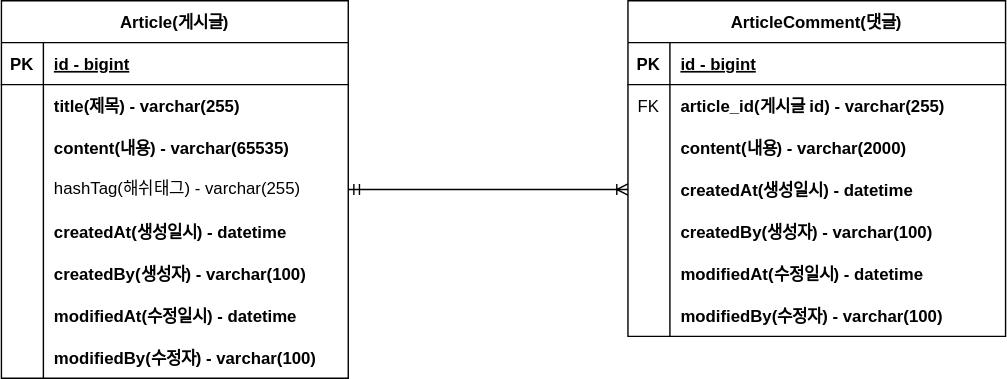
This is project-board.svg from mjh9401/project-board, a draw.io export, as it was before one commit. Source tidied: cells renumbered, new cells last; positions are measured from the earlier drawing's top-left corner, leaving out a move shared by most shapes.
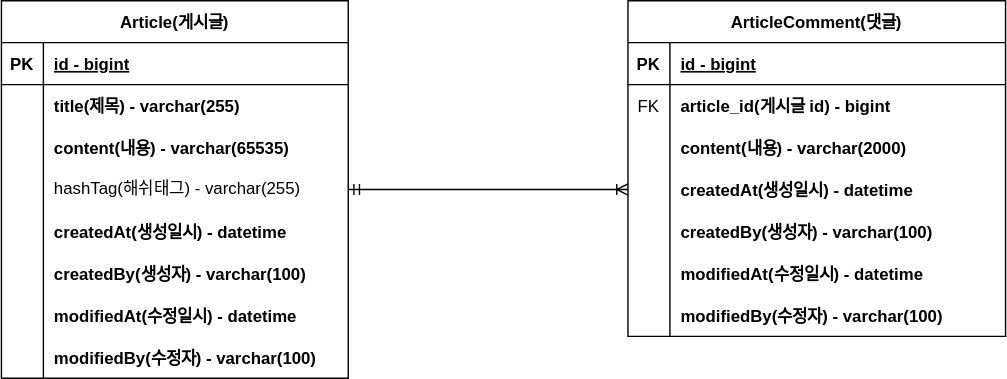
Later version of the same file.

Commit message:
project-board.svg ArticleComment article_id 속성수정

Change to the diagram source:
```diff
@@ -95,7 +95,7 @@
     <mxCell id="32" value="FK" style="shape=partialRectangle;fillColor=none;top=0;left=0;bottom=0;right=0;overflow=hidden;" parent="31" vertex="1">
       <mxGeometry width="30" height="30" as="geometry" />
     </mxCell>
-    <mxCell id="33" value="article_id(게시글 id) - varchar(255)" style="shape=partialRectangle;fillColor=none;top=0;left=0;bottom=0;right=0;align=left;spacingLeft=6;overflow=hidden;fontStyle=1;" parent="31" vertex="1">
+    <mxCell id="33" value="article_id(게시글 id) - bigint" style="shape=partialRectangle;fillColor=none;top=0;left=0;bottom=0;right=0;align=left;spacingLeft=6;overflow=hidden;fontStyle=1;" parent="31" vertex="1">
       <mxGeometry x="30" width="240" height="30" as="geometry" />
     </mxCell>
     <mxCell id="34" style="shape=tableRow;horizontal=0;startSize=0;swimlaneHead=0;swimlaneBody=0;fillColor=none;top=0;left=0;right=0;bottom=0;" parent="27" vertex="1">
```
